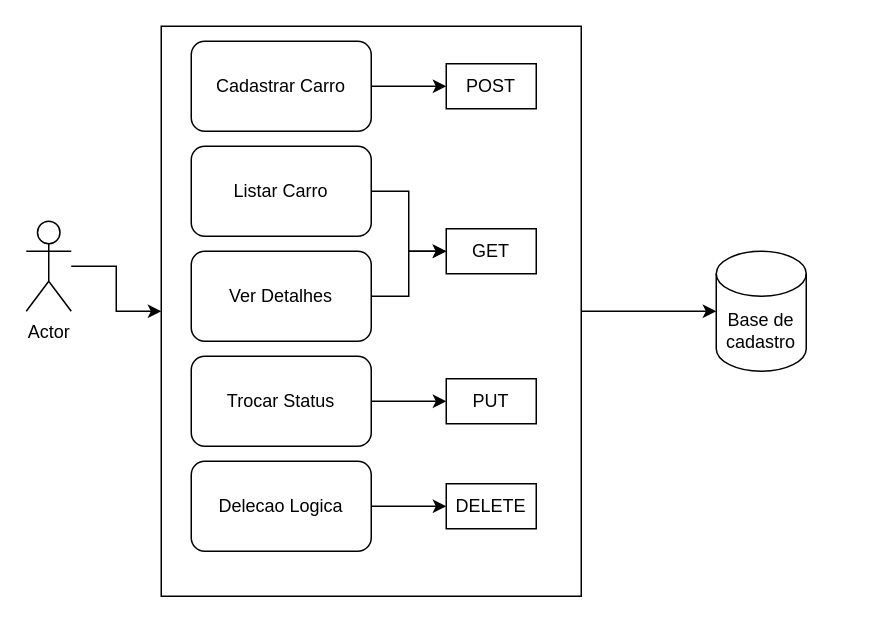
Above: api-car-management-DesenhoTecnico.drawio in bielmoita/api-management-cars (draw.io), before the change. Source tidied: cells renumbered, new cells numbered last; positions are measured from the earlier drawing's top-left corner, leaving out a move shared by most shapes. Both pictures are drawn from the tidied source at 150%, with x=0, y=0 at pixel (26, 26).
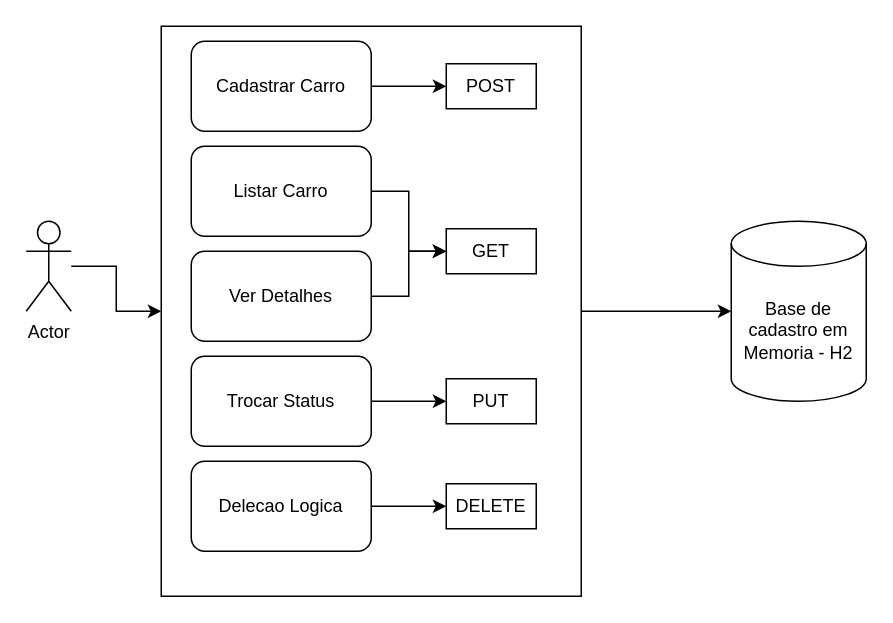
Above is the later version.

The edit, as a diff of the source:
```diff
@@
-    <mxCell id="15" value="Base de cadastro" style="shape=cylinder3;whiteSpace=wrap;html=1;boundedLbl=1;backgroundOutline=1;size=15;" parent="1" vertex="1">
-      <mxGeometry x="460" y="150" width="60" height="80" as="geometry" />
+    <mxCell id="15" value="Base de cadastro em Memoria - H2" style="shape=cylinder3;whiteSpace=wrap;html=1;boundedLbl=1;backgroundOutline=1;size=15;" parent="1" vertex="1">
+      <mxGeometry x="470" y="130" width="90" height="120" as="geometry" />
     </mxCell>
```
